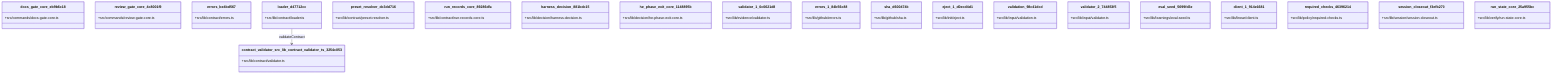
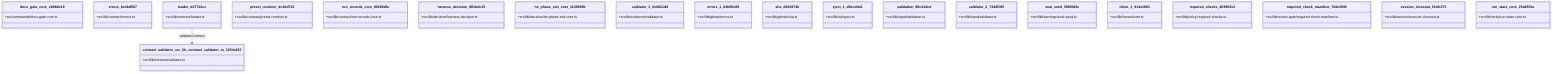
classDiagram
  class docs_gate_core_eb9b6c18 {
    +src/commands/docs-gate-core.ts
-   }
-   class review_gate_core_4c8001f9 {
-     +src/commands/review-gate-core.ts
  }
  class errors_be4bd567 {
    +src/lib/contract/errors.ts
  }
  class loader_d47712cc {
    +src/lib/contract/loader.ts
  }
  class preset_resolver_dc3dd716 {
    +src/lib/contract/preset-resolver.ts
  }
  class run_records_core_89286dfa {
    +src/lib/contract/run-records-core.ts
  }
  class harness_decision_881bdc15 {
    +src/lib/decision/harness-decision.ts
  }
  class he_phase_exit_core_1148895b {
    +src/lib/decision/he-phase-exit-core.ts
  }
  class validator_1_0c0621d8 {
    +src/lib/evidence/validator.ts
  }
  class errors_1_84b56c88 {
    +src/lib/github/errors.ts
  }
  class sha_d600474b {
    +src/lib/github/sha.ts
  }
  class eject_1_d0ecd4d1 {
    +src/lib/init/eject.ts
  }
  class validation_98c41dcd {
    +src/lib/input/validation.ts
  }
  class validator_2_744853f5 {
    +src/lib/input/validator.ts
  }
  class eval_seed_5699fd3e {
    +src/lib/learnings/eval-seed.ts
  }
  class client_1_914e1681 {
    +src/lib/linear/client.ts
  }
  class required_checks_46396214 {
    +src/lib/policy/required-checks.ts
  }
+   class required_check_manifest_744e3936 {
+     +src/lib/review-gate/required-check-manifest.ts
+   }
  class session_closeout_f3efb270 {
    +src/lib/session/session-closeout.ts
  }
  class run_state_core_25a955bc {
    +src/lib/verify/run-state-core.ts
  }
  class contract_validator_src_lib_contract_validator_ts_3254c053 {
    +src/lib/contract/validator.ts
  }
  loader_d47712cc --> contract_validator_src_lib_contract_validator_ts_3254c053 : validateContract
